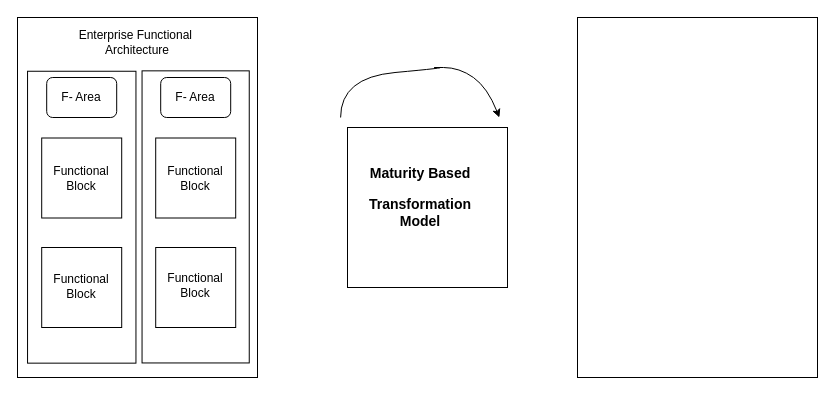
Before: Untitled Diagram.drawio in Vaikulkarni/PersonalWebsite, a draw.io diagram. Source tidied: cells renumbered, new cells numbered last; positions are measured from the earlier drawing's top-left corner, leaving out a move shared by most shapes. Both pictures are drawn from the tidied source at 100%, with x=0, y=0 at pixel (-65, 27). Pictures stored in the file or linked from it are replaced by grey dashed boxes.
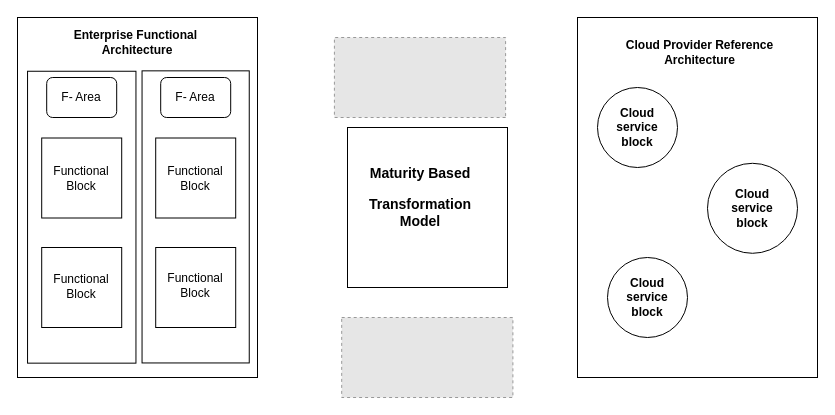
The same page after the edit.

Change to the diagram source:
```diff
@@
-    <mxCell id="3" value="Enterprise Functional&amp;nbsp;&lt;br&gt;Architecture" style="text;html=1;strokeColor=none;fillColor=none;align=center;verticalAlign=middle;whiteSpace=wrap;rounded=0;" parent="1" vertex="1">
+    <mxCell id="3" value="&lt;b&gt;Enterprise Functional&amp;nbsp;&lt;br&gt;Architecture&lt;/b&gt;" style="text;html=1;strokeColor=none;fillColor=none;align=center;verticalAlign=middle;whiteSpace=wrap;rounded=0;" parent="1" vertex="1">
       <mxGeometry x="127" width="150" height="30" as="geometry" />
     </mxCell>
@@
-    <mxCell id="18" style="curved=1;endArrow=classic;html=1;rounded=0;strokeColor=#000000;" parent="1" edge="1">
-      <mxGeometry relative="1" as="geometry">
-        <mxPoint x="405.1" y="90" as="sourcePoint" />
-        <mxPoint x="563.9" y="90" as="targetPoint" />
-        <Array as="points">
-          <mxPoint x="405.1" y="50" />
-          <mxPoint x="513.9" y="40" />
-          <mxPoint x="492" y="40" />
-          <mxPoint x="523.9" y="40" />
-          <mxPoint x="552" y="60" />
-        </Array>
-      </mxGeometry>
-    </mxCell>
+    <mxCell id="19" style="fillColor=#E6E6E6;strokeColor=#999999;dashed=1;verticalLabelPosition=bottom;labelBackgroundColor=default;verticalAlign=top;" parent="1" vertex="1">
+      <mxGeometry x="406.2" y="290" width="171.2" height="80" as="geometry" />
+    </mxCell>
+    <mxCell id="20" style="fillColor=#E6E6E6;strokeColor=#999999;dashed=1;verticalLabelPosition=bottom;labelBackgroundColor=default;verticalAlign=top;rotation=-180;" parent="1" vertex="1">
+      <mxGeometry x="398.9" y="10" width="171.2" height="80" as="geometry" />
+    </mxCell>
+    <mxCell id="21" value="&lt;b&gt;Cloud Provider Reference&lt;br&gt;Architecture&lt;br&gt;&lt;/b&gt;" style="text;html=1;strokeColor=none;fillColor=none;align=center;verticalAlign=middle;whiteSpace=wrap;rounded=0;" parent="1" vertex="1">
+      <mxGeometry x="687" width="155" height="50" as="geometry" />
+    </mxCell>
+    <mxCell id="22" style="ellipse;whiteSpace=wrap;html=1;" parent="1" vertex="1">
+      <mxGeometry x="662" y="60" width="80" height="80" as="geometry" />
+    </mxCell>
+    <mxCell id="23" value="&lt;b&gt;Cloud&lt;br&gt;service&lt;br&gt;block&lt;/b&gt;" style="text;html=1;strokeColor=none;fillColor=none;align=center;verticalAlign=middle;whiteSpace=wrap;rounded=0;" parent="1" vertex="1">
+      <mxGeometry x="672" y="85" width="60" height="30" as="geometry" />
+    </mxCell>
+    <mxCell id="24" style="ellipse;whiteSpace=wrap;html=1;" parent="1" vertex="1">
+      <mxGeometry x="772" y="135.8" width="90" height="90" as="geometry" />
+    </mxCell>
+    <mxCell id="25" style="ellipse;whiteSpace=wrap;html=1;" parent="1" vertex="1">
+      <mxGeometry x="672" y="230" width="80" height="80" as="geometry" />
+    </mxCell>
+    <mxCell id="26" value="&lt;b&gt;Cloud&lt;br&gt;service&lt;br&gt;block&lt;/b&gt;" style="text;html=1;strokeColor=none;fillColor=none;align=center;verticalAlign=middle;whiteSpace=wrap;rounded=0;" parent="1" vertex="1">
+      <mxGeometry x="787" y="165.8" width="60" height="30" as="geometry" />
+    </mxCell>
+    <mxCell id="27" value="&lt;b&gt;Cloud&lt;br&gt;service&lt;br&gt;block&lt;/b&gt;" style="text;html=1;strokeColor=none;fillColor=none;align=center;verticalAlign=middle;whiteSpace=wrap;rounded=0;" parent="1" vertex="1">
+      <mxGeometry x="682" y="255" width="60" height="30" as="geometry" />
+    </mxCell>
```
